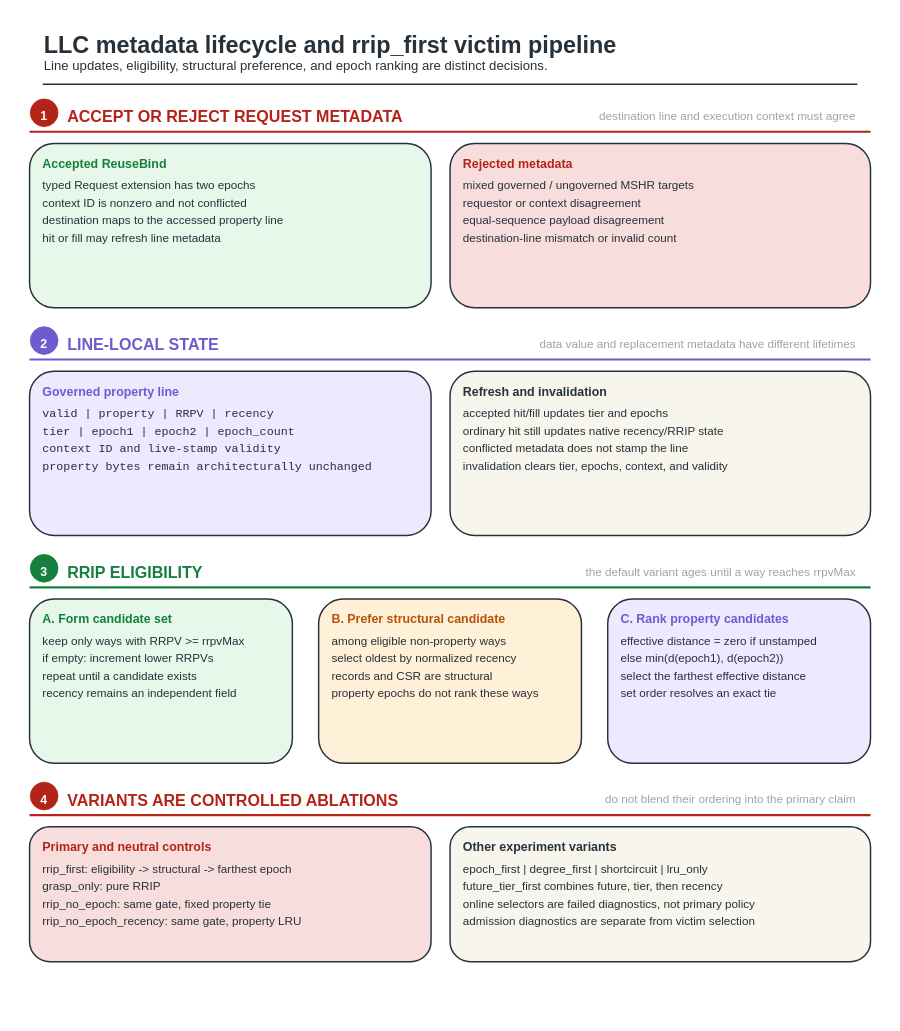
The draw.io diagram fig/wiki_src/reuse-plan-flowthrough/reuse-plan-flowthrough-f04-llc-policy-pipeline.drawio in UVA-LavaLab/ECG_GrAPL, before the edit. Source tidied: cells renumbered, new cells numbered last; positions are measured from the earlier drawing's top-left corner, leaving out a move shared by most shapes. Both pictures are drawn from the tidied source at 73%, with x=0, y=0 at pixel (12, 12).
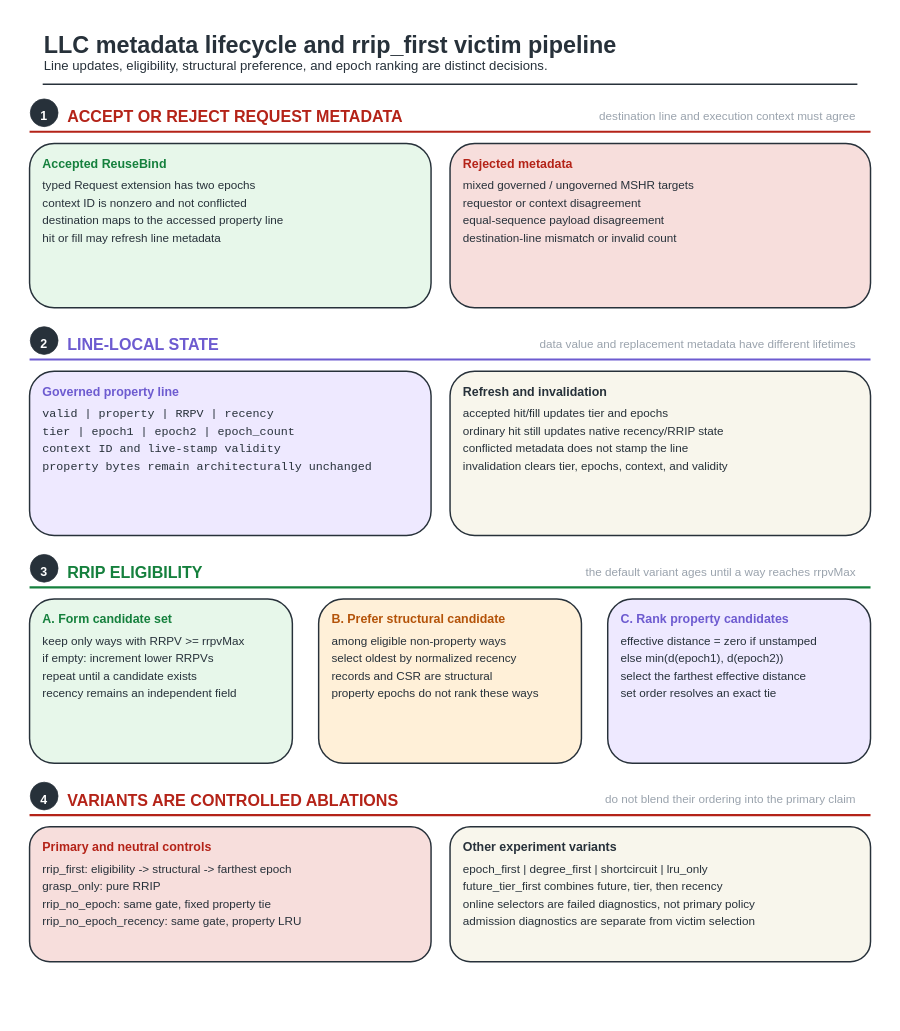
The same page after the edit.

Diff of the diagram source:
```diff
@@
-    <mxCell id="6" style="ellipse;html=0;fillColor=#B42318;strokeColor=#B42318;strokeWidth=1;" parent="1" vertex="1">
+    <mxCell id="6" style="ellipse;html=0;fillColor=#27313A;strokeColor=#27313A;strokeWidth=1;" parent="1" vertex="1">
       <mxGeometry x="25" y="119" width="38" height="38" as="geometry" />
     </mxCell>
@@
-    <mxCell id="23" style="ellipse;html=0;fillColor=#6D5BD0;strokeColor=#6D5BD0;strokeWidth=1;" parent="1" vertex="1">
+    <mxCell id="23" style="ellipse;html=0;fillColor=#27313A;strokeColor=#27313A;strokeWidth=1;" parent="1" vertex="1">
       <mxGeometry x="25" y="431" width="38" height="38" as="geometry" />
     </mxCell>
@@
-    <mxCell id="40" style="ellipse;html=0;fillColor=#15803D;strokeColor=#15803D;strokeWidth=1;" parent="1" vertex="1">
+    <mxCell id="40" style="ellipse;html=0;fillColor=#27313A;strokeColor=#27313A;strokeWidth=1;" parent="1" vertex="1">
       <mxGeometry x="25" y="743" width="38" height="38" as="geometry" />
     </mxCell>
@@
-    <mxCell id="63" style="ellipse;html=0;fillColor=#B42318;strokeColor=#B42318;strokeWidth=1;" parent="1" vertex="1">
+    <mxCell id="63" style="ellipse;html=0;fillColor=#27313A;strokeColor=#27313A;strokeWidth=1;" parent="1" vertex="1">
       <mxGeometry x="25" y="1055" width="38" height="38" as="geometry" />
     </mxCell>
```
